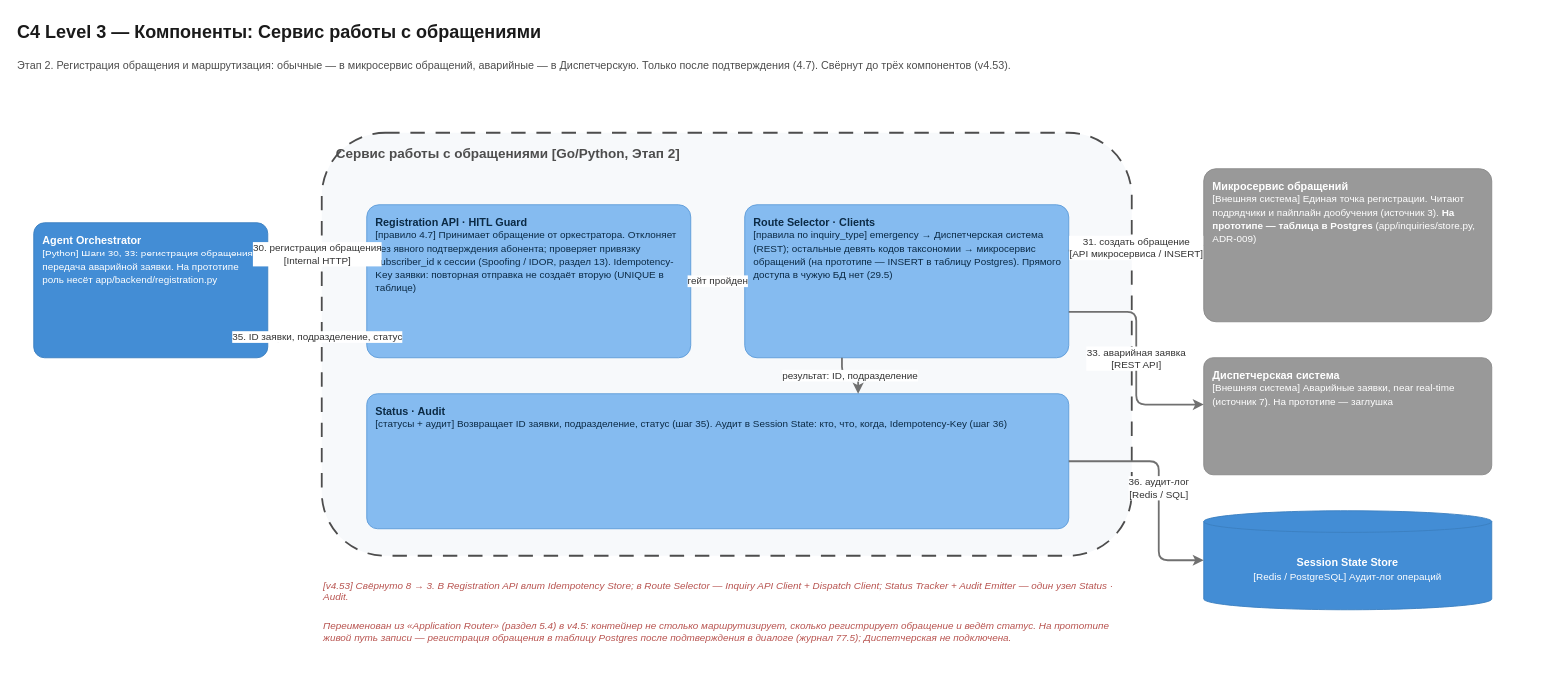
Earlier version of the draw.io diagram AI_docs/C3/C4_L3_InquiryService.drawio (barinoff1989/vodokanal-assistant). Source tidied: cells renumbered, new cells numbered last; positions are measured from the earlier drawing's top-left corner, leaving out a move shared by most shapes. Both pictures are drawn from the tidied source at 90%, with x=0, y=0 at pixel (15, 15).
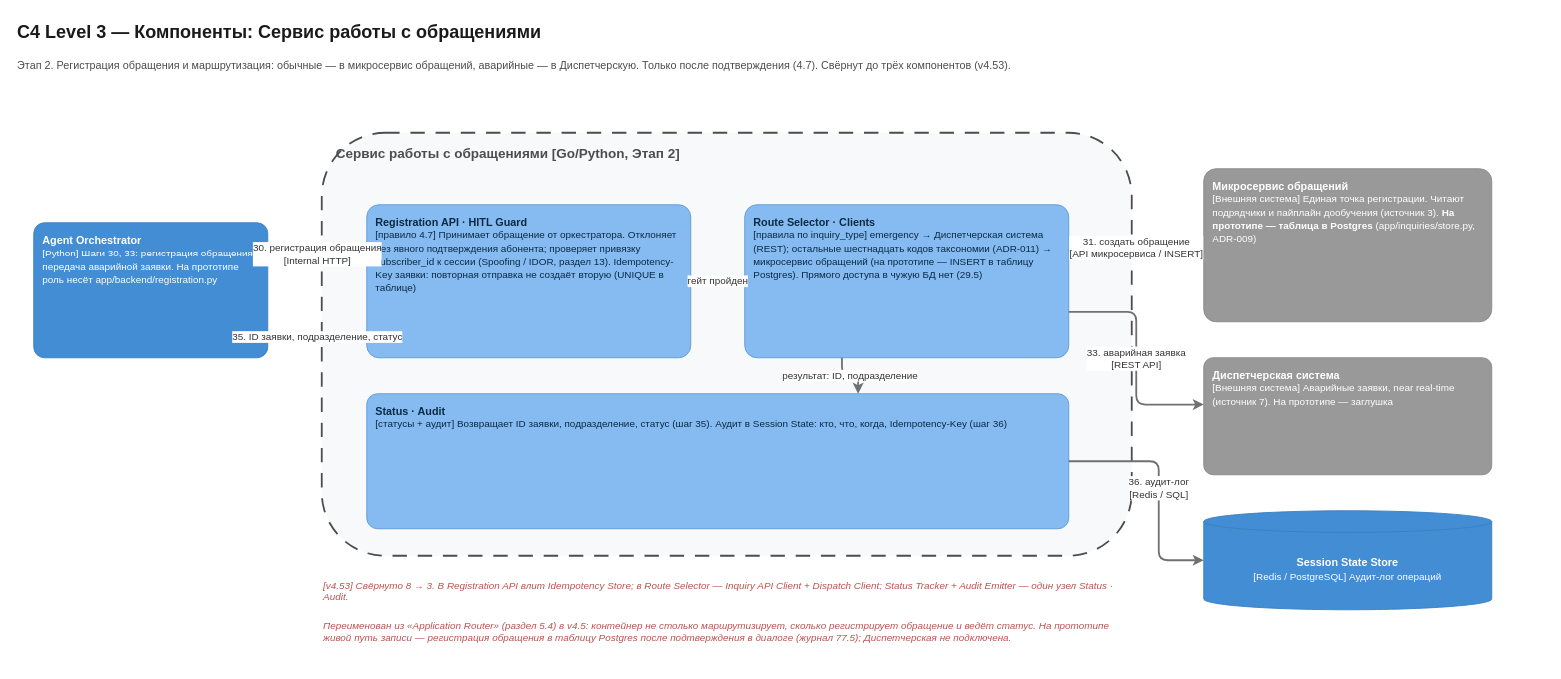
After the change.

Commit message (it also covers changes not shown here):
DFD и C4_L3_InquiryService: устаревший счёт кодов таксономии 9→16

The edit, as a diff of the source:
```diff
@@
-    <mxCell id="10" value="&lt;b&gt;Route Selector  ·  Clients&lt;/b&gt;&lt;br&gt;&lt;font style='font-size:11px'&gt;[правила по inquiry_type] emergency → Диспетчерская система (REST); остальные девять кодов таксономии → микросервис обращений (на прототипе — INSERT в таблицу Postgres). Прямого доступа в чужую БД нет (29.5)&lt;/font&gt;" style="rounded=1;whiteSpace=wrap;html=1;arcSize=8;fillColor=#85BBF0;strokeColor=#5D9BD8;fontColor=#0B2A45;fontSize=12;verticalAlign=top;spacingTop=6;spacingLeft=8;spacingRight=8;align=left;" parent="1" vertex="1">
+    <mxCell id="10" value="&lt;b&gt;Route Selector  ·  Clients&lt;/b&gt;&lt;br&gt;&lt;font style='font-size:11px'&gt;[правила по inquiry_type] emergency → Диспетчерская система (REST); остальные шестнадцать кодов таксономии (ADR-011) → микросервис обращений (на прототипе — INSERT в таблицу Postgres). Прямого доступа в чужую БД нет (29.5)&lt;/font&gt;" style="rounded=1;whiteSpace=wrap;html=1;arcSize=8;fillColor=#85BBF0;strokeColor=#5D9BD8;fontColor=#0B2A45;fontSize=12;verticalAlign=top;spacingTop=6;spacingLeft=8;spacingRight=8;align=left;" parent="1" vertex="1">
       <mxGeometry x="810" y="210" width="360" height="170" as="geometry" />
     </mxCell>
```
